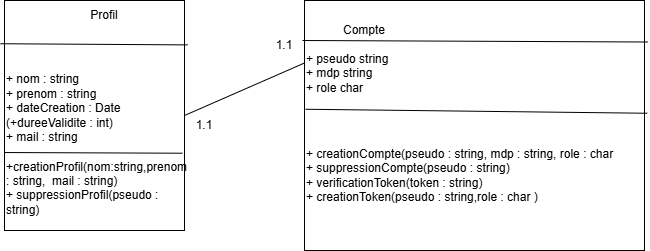
This is Documents/projetKanbanSql.png from Ray-an2/Kanban-RE, a draw.io export, as it was before one commit. Source tidied: cells renumbered, new cells last; positions are measured from the earlier drawing's top-left corner, leaving out a move shared by most shapes.
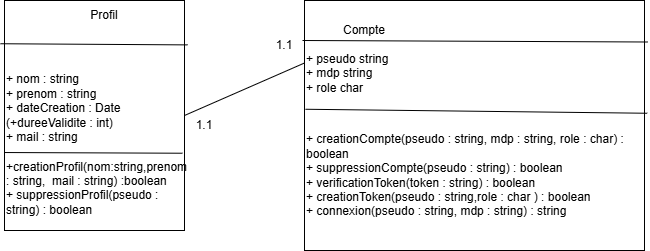
The same diagram one commit later.

Commit message:
Correction UML user 5

Change to the diagram source:
```diff
@@ -37,13 +37,13 @@
     <mxCell id="12" style="endArrow=none;html=1;rounded=0;exitX=0.003;exitY=0.435;exitDx=0;exitDy=0;exitPerimeter=0;entryX=1.008;entryY=0.451;entryDx=0;entryDy=0;entryPerimeter=0;" parent="1" edge="1" source="2" target="2">
       <mxGeometry relative="1" as="geometry" />
     </mxCell>
-    <mxCell id="13" value="&lt;div&gt;+ creationCompte(pseudo : string, mdp : string, role : char&lt;/div&gt;&lt;div&gt;&lt;div&gt;+ suppressionCompte(pseudo : string)&lt;/div&gt;&lt;/div&gt;&lt;div&gt;&lt;span style=&quot;background-color: transparent; color: light-dark(rgb(0, 0, 0), rgb(255, 255, 255));&quot;&gt;+ verificationToken(token : string)&lt;/span&gt;&lt;/div&gt;&lt;div&gt;+ creationToken(pseudo : string,role : char )&lt;/div&gt;" style="text;html=1;whiteSpace=wrap;strokeColor=none;fillColor=none;align=left;verticalAlign=middle;rounded=0;" parent="1" vertex="1">
+    <mxCell id="13" value="&lt;div&gt;+ creationCompte(pseudo : string, mdp : string, role : char) : boolean&lt;/div&gt;&lt;div&gt;&lt;div&gt;+ suppressionCompte(pseudo : string) : boolean&lt;/div&gt;&lt;/div&gt;&lt;div&gt;&lt;span style=&quot;background-color: transparent; color: light-dark(rgb(0, 0, 0), rgb(255, 255, 255));&quot;&gt;+ verificationToken(token : string) : boolean&lt;/span&gt;&lt;/div&gt;&lt;div&gt;+ creationToken(pseudo : string,role : char ) : boolean&lt;/div&gt;&lt;div&gt;+ connexion(pseudo : string, mdp : string) : string&lt;/div&gt;" style="text;html=1;whiteSpace=wrap;strokeColor=none;fillColor=none;align=left;verticalAlign=middle;rounded=0;" parent="1" vertex="1">
       <mxGeometry x="300" y="110" width="340" height="130" as="geometry" />
     </mxCell>
     <mxCell id="14" style="endArrow=none;html=1;rounded=0;exitX=0.002;exitY=0.661;exitDx=0;exitDy=0;entryX=0.989;entryY=0.664;entryDx=0;entryDy=0;exitPerimeter=0;entryPerimeter=0;" parent="1" edge="1" source="4" target="4">
       <mxGeometry relative="1" as="geometry" />
     </mxCell>
-    <mxCell id="15" value="&lt;span style=&quot;&quot;&gt;+creationProfil(nom:string,prenom : string,&amp;nbsp; mail : string)&lt;/span&gt;&lt;div&gt;&lt;div style=&quot;&quot;&gt;+ suppressionProfil(pseudo : string)&lt;/div&gt;&lt;/div&gt;&lt;div&gt;&lt;br&gt;&lt;/div&gt;" style="text;html=1;whiteSpace=wrap;strokeColor=none;fillColor=none;align=left;verticalAlign=middle;rounded=0;" parent="1" vertex="1">
+    <mxCell id="15" value="&lt;span style=&quot;&quot;&gt;+creationProfil(nom:string,prenom : string,&amp;nbsp; mail : string) :boolean&lt;/span&gt;&lt;div&gt;&lt;div style=&quot;&quot;&gt;+ suppressionProfil(pseudo : string) : boolean&lt;/div&gt;&lt;/div&gt;&lt;div&gt;&lt;br&gt;&lt;/div&gt;" style="text;html=1;whiteSpace=wrap;strokeColor=none;fillColor=none;align=left;verticalAlign=middle;rounded=0;" parent="1" vertex="1">
       <mxGeometry y="170" width="180" height="50" as="geometry" />
     </mxCell>
   </root>
```
